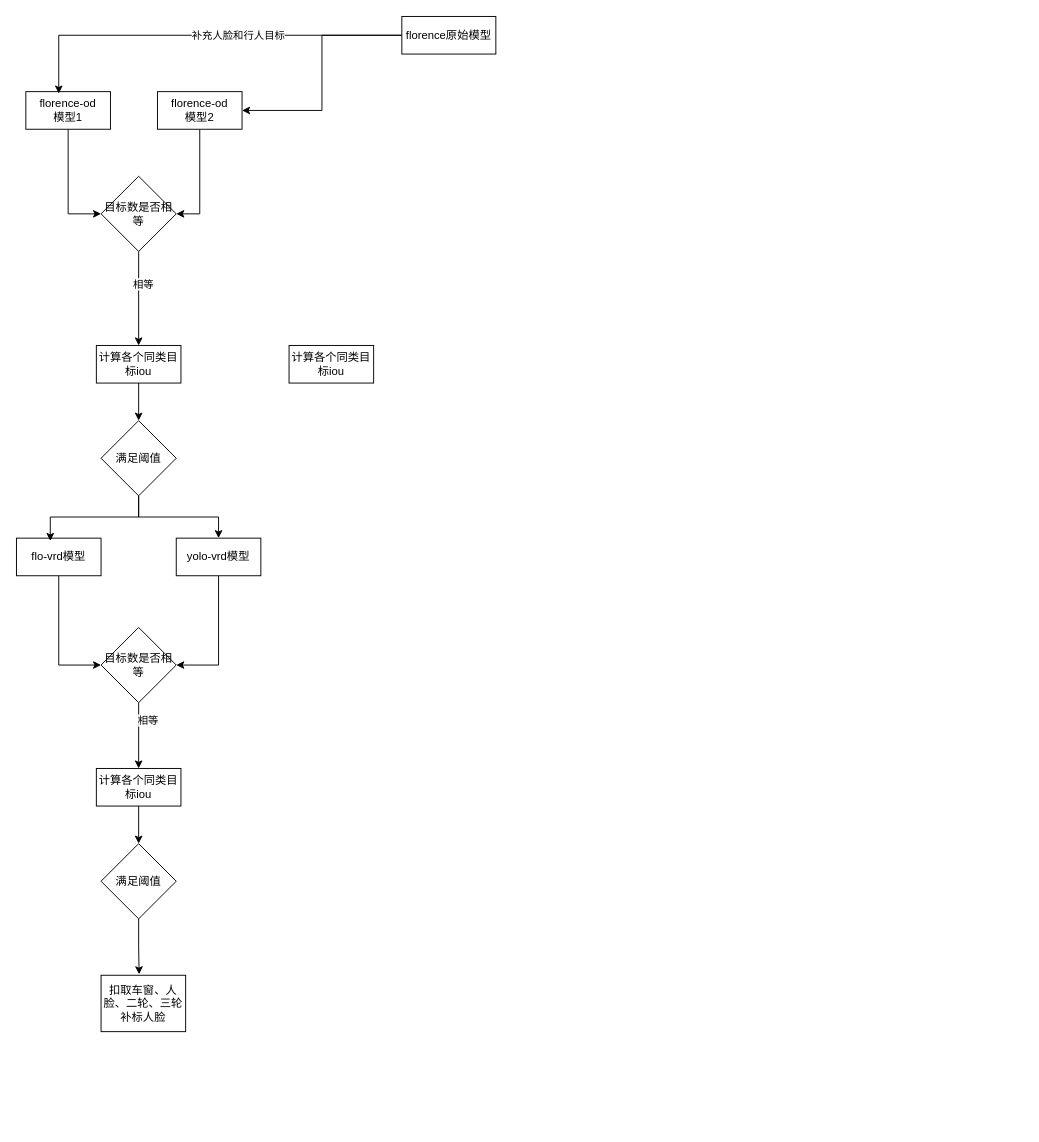
Above: 标注工具.drawio in xiazi-yu/triton-server-read (draw.io), before the change. Source tidied: cells renumbered, new cells numbered last; positions are measured from the earlier drawing's top-left corner, leaving out a move shared by most shapes. Both pictures are drawn from the tidied source at 94%, with x=0, y=0 at pixel (16, 16).
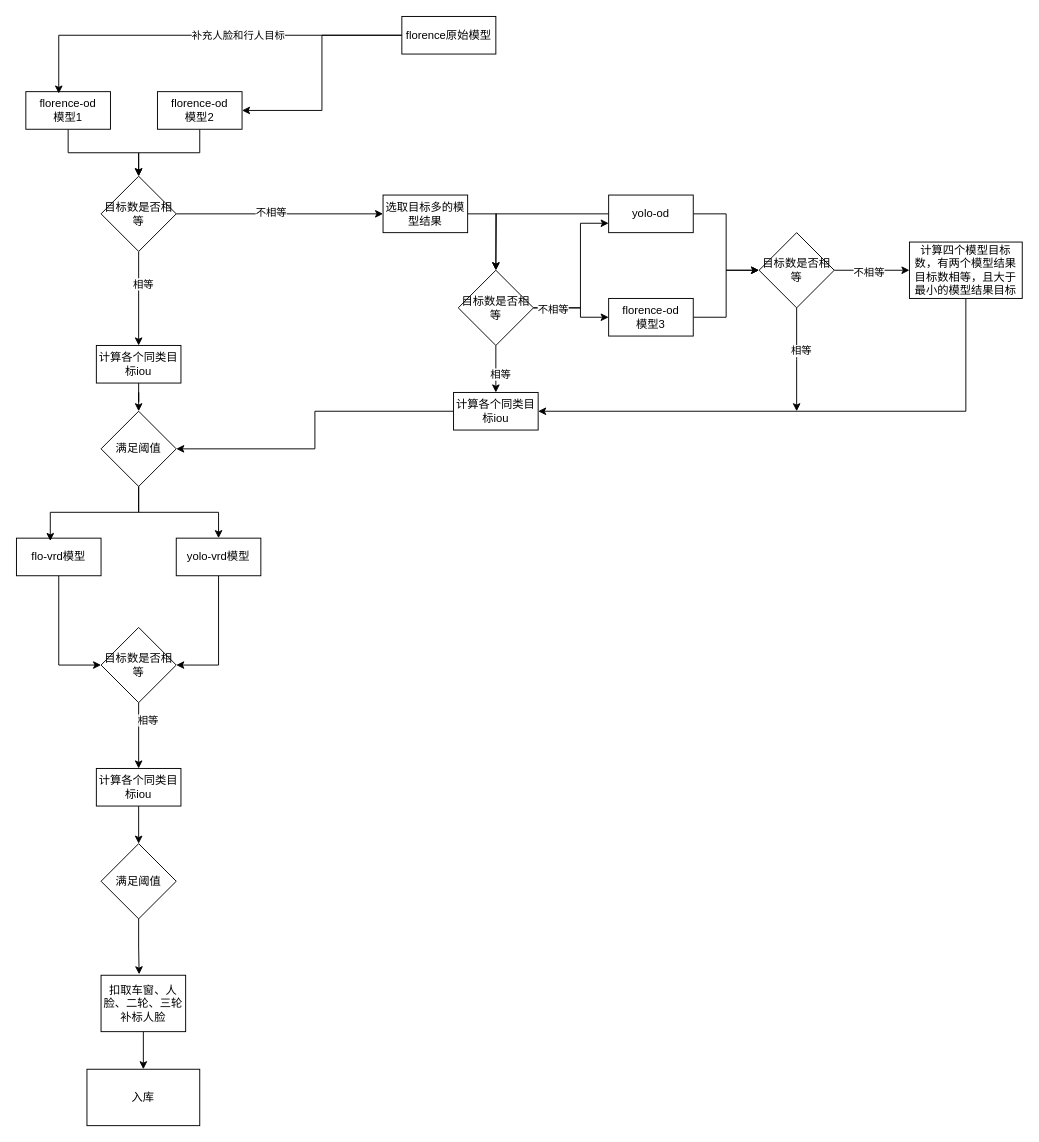
After the change.

Commit message (it also covers changes not shown here):
更新标注工具.drawio

Unchanged cells that the change refers to:
```xml
<mxCell id="5" value="florence-od&lt;div&gt;模型1&lt;/div&gt;" style="rounded=0;whiteSpace=wrap;html=1;" parent="1" vertex="1">
  <mxGeometry x="10" y="80" width="90" height="40" as="geometry" />
</mxCell>
<mxCell id="7" value="florence-od&lt;div&gt;模型2&lt;/div&gt;" style="rounded=0;whiteSpace=wrap;html=1;" parent="1" vertex="1">
  <mxGeometry x="150" y="80" width="90" height="40" as="geometry" />
</mxCell>
<mxCell id="10" value="目标数是否相等" style="rhombus;whiteSpace=wrap;html=1;" parent="1" vertex="1">
  <mxGeometry x="90" y="170" width="80" height="80" as="geometry" />
</mxCell>
<mxCell id="29" value="扣取车窗、人脸、二轮、三轮补标人脸" style="rounded=0;whiteSpace=wrap;html=1;" parent="1" vertex="1">
  <mxGeometry x="90" y="1020" width="90" height="60" as="geometry" />
</mxCell>
```

What changed in the source:
```diff
@@
-    <mxCell id="4" style="edgeStyle=orthogonalEdgeStyle;rounded=0;jettySize=auto;html=1;exitX=0.5;exitY=1;exitDx=0;exitDy=0;entryX=0;entryY=0.5;entryDx=0;entryDy=0;" parent="1" edge="1" source="5" target="10">
+    <mxCell id="4" style="edgeStyle=orthogonalEdgeStyle;rounded=0;jettySize=auto;html=1;entryX=0.5;entryY=0;entryDx=0;entryDy=0;" parent="1" edge="1" source="5" target="10">
       <mxGeometry relative="1" as="geometry" />
     </mxCell>
@@
-    <mxCell id="6" style="edgeStyle=orthogonalEdgeStyle;rounded=0;jettySize=auto;html=1;exitX=0.5;exitY=1;exitDx=0;exitDy=0;entryX=1;entryY=0.5;entryDx=0;entryDy=0;" parent="1" edge="1" source="7" target="10">
+    <mxCell id="6" style="edgeStyle=orthogonalEdgeStyle;rounded=0;jettySize=auto;html=1;" parent="1" edge="1" source="7" target="10">
       <mxGeometry relative="1" as="geometry" />
     </mxCell>
@@
+    <mxCell id="31" style="edgeStyle=orthogonalEdgeStyle;rounded=0;jettySize=auto;html=1;exitX=1;exitY=0.5;exitDx=0;exitDy=0;" parent="1" edge="1" source="10" target="36">
+      <mxGeometry relative="1" as="geometry" />
+    </mxCell>
+    <mxCell id="32" value="不相等" style="edgeLabel;html=1;align=center;verticalAlign=middle;" parent="31" vertex="1">
+      <mxGeometry x="-0.09" y="2" relative="1" as="geometry" />
+    </mxCell>
@@
-    <mxCell id="13" value="计算各个同类目标iou" style="rounded=0;whiteSpace=wrap;html=1;" parent="1" vertex="1">
-      <mxGeometry x="290" y="350" width="90" height="40" as="geometry" />
-    </mxCell>
@@
     <mxCell id="17" value="满足阈值" style="rhombus;whiteSpace=wrap;html=1;" parent="1" vertex="1">
-      <mxGeometry x="90" y="430" width="80" height="80" as="geometry" />
+      <mxGeometry x="90" y="420" width="80" height="80" as="geometry" />
     </mxCell>
@@
+    <mxCell id="33" style="edgeStyle=orthogonalEdgeStyle;rounded=0;jettySize=auto;html=1;entryX=0.5;entryY=0;entryDx=0;entryDy=0;" parent="1" edge="1" source="29" target="34">
+      <mxGeometry relative="1" as="geometry" />
+    </mxCell>
@@
+    <mxCell id="34" value="入库" style="rounded=0;whiteSpace=wrap;html=1;" parent="1" vertex="1">
+      <mxGeometry x="75" y="1120" width="120" height="60" as="geometry" />
+    </mxCell>
+    <mxCell id="35" style="edgeStyle=orthogonalEdgeStyle;rounded=0;jettySize=auto;html=1;" parent="1" edge="1" source="36">
+      <mxGeometry relative="1" as="geometry">
+        <mxPoint x="510" y="270" as="targetPoint" />
+      </mxGeometry>
+    </mxCell>
+    <mxCell id="36" value="选取目标多的模型结果" style="rounded=0;whiteSpace=wrap;html=1;" parent="1" vertex="1">
+      <mxGeometry x="390" y="190" width="90" height="40" as="geometry" />
+    </mxCell>
+    <mxCell id="37" style="edgeStyle=orthogonalEdgeStyle;rounded=0;jettySize=auto;html=1;exitX=1;exitY=0.5;exitDx=0;exitDy=0;entryX=0;entryY=0.5;entryDx=0;entryDy=0;" parent="1" edge="1" source="39" target="53">
+      <mxGeometry relative="1" as="geometry" />
+    </mxCell>
+    <mxCell id="38" style="edgeStyle=orthogonalEdgeStyle;rounded=0;jettySize=auto;html=1;entryX=0.5;entryY=0;entryDx=0;entryDy=0;" parent="1" edge="1" source="39" target="45">
+      <mxGeometry relative="1" as="geometry" />
+    </mxCell>
+    <mxCell id="39" value="yolo-od" style="rounded=0;whiteSpace=wrap;html=1;" parent="1" vertex="1">
+      <mxGeometry x="630" y="190" width="90" height="40" as="geometry" />
+    </mxCell>
+    <mxCell id="40" style="edgeStyle=orthogonalEdgeStyle;rounded=0;jettySize=auto;html=1;exitX=0.5;exitY=1;exitDx=0;exitDy=0;entryX=0.5;entryY=0;entryDx=0;entryDy=0;" parent="1" edge="1" source="45" target="13">
+      <mxGeometry relative="1" as="geometry" />
+    </mxCell>
+    <mxCell id="41" value="相等" style="edgeLabel;html=1;align=center;verticalAlign=middle;" parent="40" vertex="1">
+      <mxGeometry x="0.2" y="4" relative="1" as="geometry" />
+    </mxCell>
+    <mxCell id="42" style="edgeStyle=orthogonalEdgeStyle;rounded=0;jettySize=auto;html=1;exitX=1;exitY=0.5;exitDx=0;exitDy=0;entryX=0;entryY=0.75;entryDx=0;entryDy=0;" parent="1" edge="1" source="45" target="39">
+      <mxGeometry relative="1" as="geometry">
+        <Array as="points">
+          <mxPoint x="600" y="310" />
+          <mxPoint x="600" y="220" />
+        </Array>
+      </mxGeometry>
+    </mxCell>
+    <mxCell id="43" style="edgeStyle=orthogonalEdgeStyle;rounded=0;jettySize=auto;html=1;exitX=1;exitY=0.5;exitDx=0;exitDy=0;" parent="1" edge="1" source="45" target="48">
+      <mxGeometry relative="1" as="geometry">
+        <Array as="points">
+          <mxPoint x="600" y="310" />
+          <mxPoint x="600" y="320" />
+        </Array>
+      </mxGeometry>
+    </mxCell>
+    <mxCell id="44" value="不相等" style="edgeLabel;html=1;align=center;verticalAlign=middle;" parent="43" vertex="1">
+      <mxGeometry x="-0.56" y="-1" relative="1" as="geometry" />
+    </mxCell>
+    <mxCell id="45" value="目标数是否相等" style="rhombus;whiteSpace=wrap;html=1;" parent="1" vertex="1">
+      <mxGeometry x="470" y="270" width="80" height="80" as="geometry" />
+    </mxCell>
+    <mxCell id="46" style="edgeStyle=orthogonalEdgeStyle;rounded=0;jettySize=auto;html=1;entryX=1;entryY=0.5;entryDx=0;entryDy=0;" parent="1" edge="1" source="13" target="17">
+      <mxGeometry relative="1" as="geometry" />
+    </mxCell>
+    <mxCell id="13" value="计算各个同类目标iou" style="rounded=0;whiteSpace=wrap;html=1;" parent="1" vertex="1">
+      <mxGeometry x="465" y="400" width="90" height="40" as="geometry" />
+    </mxCell>
+    <mxCell id="47" style="edgeStyle=orthogonalEdgeStyle;rounded=0;jettySize=auto;html=1;entryX=0;entryY=0.5;entryDx=0;entryDy=0;" parent="1" edge="1" source="48" target="53">
+      <mxGeometry relative="1" as="geometry" />
+    </mxCell>
+    <mxCell id="48" value="florence-od&lt;div&gt;模型3&lt;/div&gt;" style="rounded=0;whiteSpace=wrap;html=1;" parent="1" vertex="1">
+      <mxGeometry x="630" y="300" width="90" height="40" as="geometry" />
+    </mxCell>
+    <mxCell id="49" style="edgeStyle=orthogonalEdgeStyle;rounded=0;jettySize=auto;html=1;" parent="1" edge="1" source="53">
+      <mxGeometry relative="1" as="geometry">
+        <mxPoint x="950" y="270" as="targetPoint" />
+      </mxGeometry>
+    </mxCell>
+    <mxCell id="50" value="不相等" style="edgeLabel;html=1;align=center;verticalAlign=middle;" parent="49" vertex="1">
+      <mxGeometry x="-0.11" y="-2" relative="1" as="geometry" />
+    </mxCell>
+    <mxCell id="51" style="edgeStyle=orthogonalEdgeStyle;rounded=0;jettySize=auto;html=1;" parent="1" edge="1" source="53">
+      <mxGeometry relative="1" as="geometry">
+        <mxPoint x="830" y="420" as="targetPoint" />
+      </mxGeometry>
+    </mxCell>
+    <mxCell id="52" value="相等" style="edgeLabel;html=1;align=center;verticalAlign=middle;" parent="51" vertex="1">
+      <mxGeometry x="-0.19" y="4" relative="1" as="geometry" />
+    </mxCell>
+    <mxCell id="53" value="目标数是否相等" style="rhombus;whiteSpace=wrap;html=1;" parent="1" vertex="1">
+      <mxGeometry x="790" y="230" width="80" height="80" as="geometry" />
+    </mxCell>
+    <mxCell id="54" style="edgeStyle=orthogonalEdgeStyle;rounded=0;jettySize=auto;html=1;exitX=0.5;exitY=1;exitDx=0;exitDy=0;entryX=1;entryY=0.5;entryDx=0;entryDy=0;" parent="1" edge="1" source="55" target="13">
+      <mxGeometry relative="1" as="geometry" />
+    </mxCell>
+    <mxCell id="55" value="计算四个模型目标数，有两个模型结果目标数相等，且大于最小的模型结果目标" style="rounded=0;whiteSpace=wrap;html=1;" parent="1" vertex="1">
+      <mxGeometry x="950" y="240" width="120" height="60" as="geometry" />
+    </mxCell>
```
